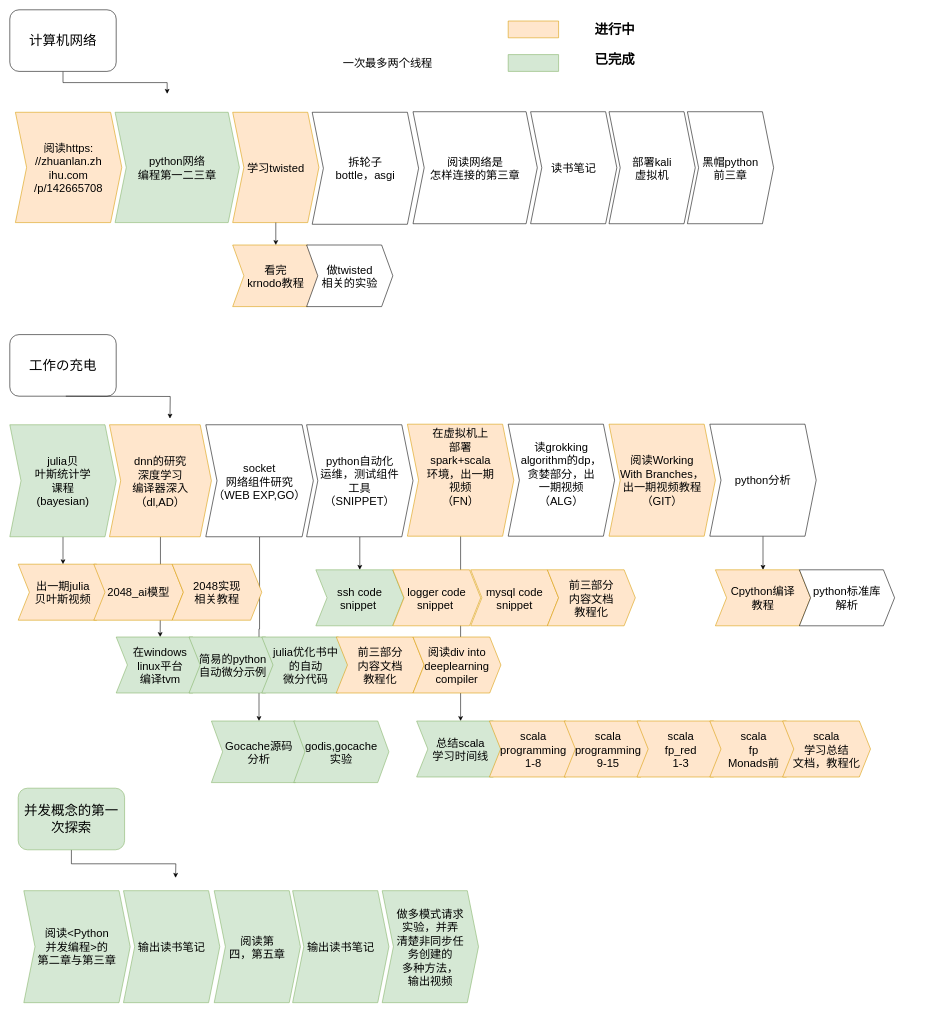
This is scheduler.drawio from xiaoniaoyouhuajiang/scheduler, a draw.io file, before an edit. Source tidied: cells renumbered, new cells numbered last; positions are measured from the earlier drawing's top-left corner, leaving out a move shared by most shapes. Both pictures are drawn from the tidied source at 56%, with x=0, y=0 at pixel (10, 10).
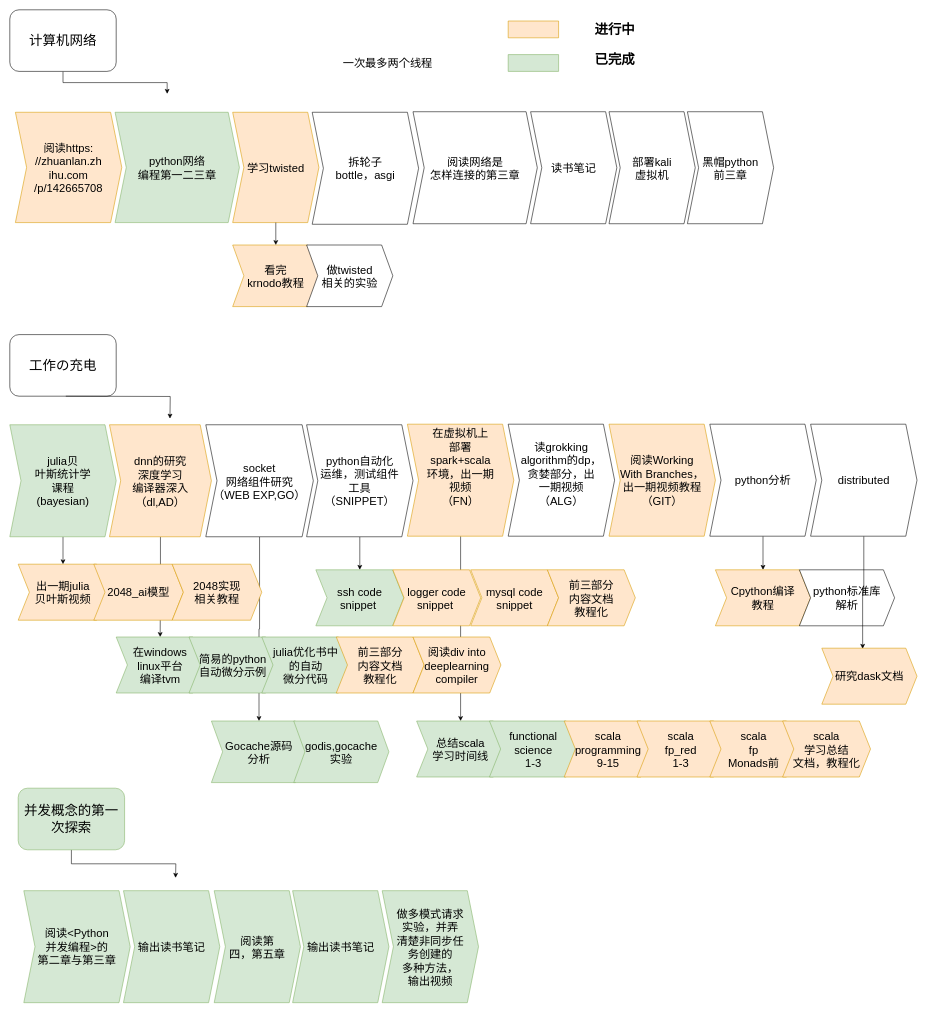
The same diagram, later.

What changed in the source:
```diff
@@
-    <mxCell id="56" value="scala &#10;programming&#10;1-8" style="shape=step;perimeter=stepPerimeter;fixedSize=1;fontSize=20;fillColor=#ffe6cc;strokeColor=#d79b00;" parent="1" vertex="1">
+    <mxCell id="56" value="functional&#10;science&#10;1-3" style="shape=step;perimeter=stepPerimeter;fixedSize=1;fontSize=20;fillColor=#d5e8d4;strokeColor=#82b366;" parent="1" vertex="1">
       <mxGeometry x="856.5" y="1270" width="157" height="100" as="geometry" />
     </mxCell>
@@
+    <mxCell id="67" style="edgeStyle=orthogonalEdgeStyle;rounded=0;jettySize=auto;html=1;entryX=0.429;entryY=0.01;entryDx=0;entryDy=0;entryPerimeter=0;" parent="1" edge="1" source="68" target="69">
+      <mxGeometry relative="1" as="geometry" />
+    </mxCell>
+    <mxCell id="68" value="distributed" style="shape=step;perimeter=stepPerimeter;fixedSize=1;points=[];whiteSpace=wrap;fontSize=20;" parent="1" vertex="1">
+      <mxGeometry x="1430" y="740" width="190" height="200" as="geometry" />
+    </mxCell>
+    <mxCell id="69" value="研究dask文档" style="shape=step;perimeter=stepPerimeter;fixedSize=1;points=[];whiteSpace=wrap;fontSize=20;fillColor=#ffe6cc;strokeColor=#d79b00;" parent="1" vertex="1">
+      <mxGeometry x="1450" y="1140" width="170" height="100" as="geometry" />
+    </mxCell>
```
